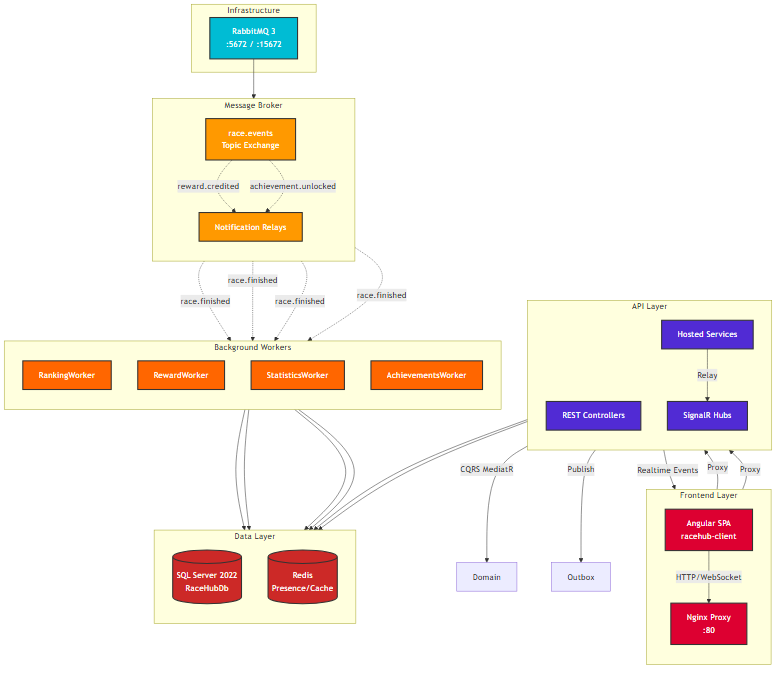
Above: docs/architecture/architecture.png in mahmoudsaad111/RaceHub (Mermaid), before the change. Its source is kept beside it as docs/architecture/architecture.mmd. The source it was exported from:
```mermaid
graph TB
    subgraph Frontend["Frontend Layer"]
        direction TB
        Client[Angular SPA<br/>racehub-client]
        Nginx[Nginx Proxy<br/>:80]
    end

    subgraph API["API Layer"]
        direction TB
        Controllers[REST Controllers]
        SignalR[SignalR Hubs]
        Hosted[Hosted Services]
    end

    subgraph Workers["Background Workers"]
        direction TB
        Ranking[RankingWorker]
        Reward[RewardWorker]
        Statistics[StatisticsWorker]
        Achievements[AchievementsWorker]
    end

    subgraph Messaging["Message Broker"]
        direction TB
        Exchange[race.events<br/>Topic Exchange]
        Relay[Notification Relays]
    end

    subgraph Data["Data Layer"]
        direction TB
        SQL[(SQL Server 2022<br/>RaceHubDb)]
        Redis[(Redis<br/>Presence/Cache)]
    end

    subgraph Infra["Infrastructure"]
        RabbitMQ[RabbitMQ 3<br/>:5672 / :15672]
    end

    Client -->|"HTTP/WebSocket"| Nginx
    Nginx -->|"Proxy"| Controllers
    Nginx -->|"Proxy"| SignalR
    Controllers -->|"CQRS MediatR"| Domain
    SignalR -->|"Realtime Events"| Client
    Controllers -->|"Publish"| Outbox
    Hosted -->|"Relay"| SignalR
    Controllers --> SQL
    SignalR --> Redis
    Ranking --> SQL
    Reward --> SQL
    Statistics --> SQL
    Achievements --> SQL

    Exchange -.->|"race.finished"| Ranking
    Exchange -.->|"race.finished"| Reward
    Exchange -.->|"race.finished"| Statistics
    Exchange -.->|"race.finished"| Achievements
    Exchange -.->|"reward.credited"| Relay
    Exchange -.->|"achievement.unlocked"| Relay

    RabbitMQ --> Exchange

    classDef frontend fill:#DD0031,color:#fff,stroke:#333,stroke-width:2px
    classDef api fill:#512BD4,color:#fff,stroke:#333,stroke-width:2px
    classDef worker fill:#FF6600,color:#fff,stroke:#333,stroke-width:2px
    classDef messaging fill:#FF9900,color:#fff,stroke:#333,stroke-width:2px
    classDef data fill:#CC2927,color:#fff,stroke:#333,stroke-width:2px
    classDef infra fill:#00BCD4,color:#fff,stroke:#333,stroke-width:2px

    class Client,Nginx frontend
    class Controllers,SignalR,Hosted api
    class Ranking,Reward,Statistics,Achievements worker
    class Exchange,Relay messaging
    class SQL,Redis data
    class RabbitMQ infra
```
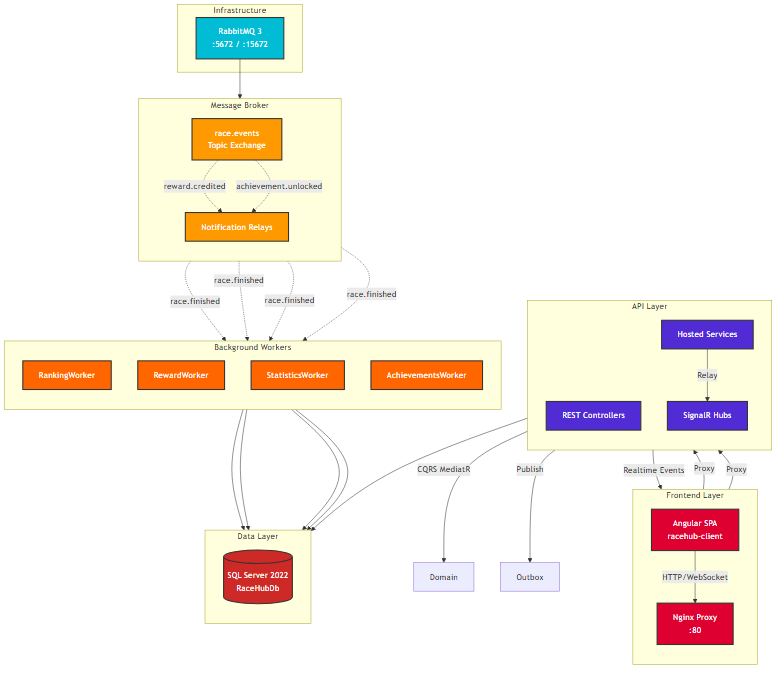
Above is the later version.

What changed in the source:
```diff
@@ -29,7 +29,6 @@
     subgraph Data["Data Layer"]
         direction TB
         SQL[(SQL Server 2022<br/>RaceHubDb)]
-        Redis[(Redis<br/>Presence/Cache)]
     end
 
     subgraph Infra["Infrastructure"]
@@ -44,7 +43,6 @@
     Controllers -->|"Publish"| Outbox
     Hosted -->|"Relay"| SignalR
     Controllers --> SQL
-    SignalR --> Redis
     Ranking --> SQL
     Reward --> SQL
     Statistics --> SQL
@@ -70,5 +68,5 @@
     class Controllers,SignalR,Hosted api
     class Ranking,Reward,Statistics,Achievements worker
     class Exchange,Relay messaging
-    class SQL,Redis data
+    class SQL data
     class RabbitMQ infra
```
